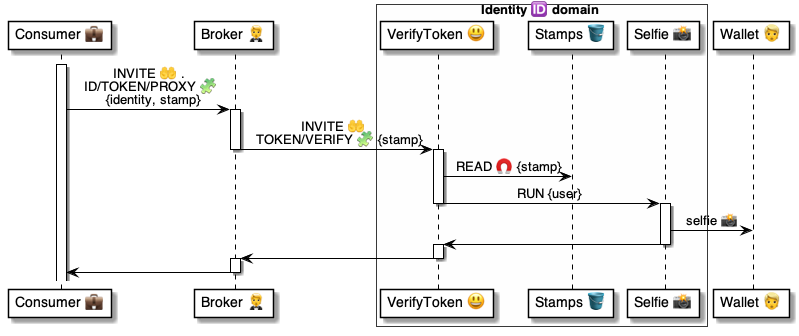
Before: 4 ⚙️ Solution/50 🫥 Agent domains/Identities 🆔/🆔😃 Identity talkers/VerifyToken 🎫 invite/VerifyToken ⚙️ uml.png, a diagram exported from PlantUML (pollyweb-org/pollyweb-docs). Its source is kept beside it as 4 ⚙️ Solution/50 🫥 Agent domains/Identities 🆔/🆔😃 Identity talkers/VerifyToken 🎫 invite/VerifyToken ⚙️ uml.puml.
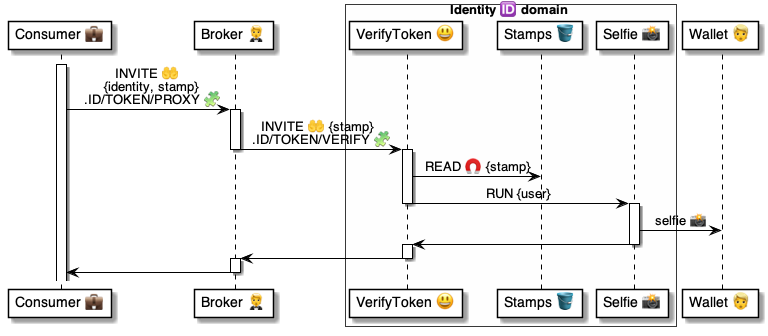
After the change.

The edit, as a diff of the source:
```diff
@@ -11,11 +11,11 @@
 
 
 activate consumer
-consumer -> broker: INVITE 🤲 .\n  ID/TOKEN/PROXY 🧩 \n  {identity, stamp}
+consumer -> broker: INVITE 🤲 \n  {identity, stamp} \n  .ID/TOKEN/PROXY 🧩
 
 
 activate broker
-    broker -> script: INVITE 🤲 \n  TOKEN/VERIFY 🧩 {stamp}
+    broker -> script: INVITE 🤲 {stamp} \n .ID/TOKEN/VERIFY 🧩
 deactivate broker
 
 activate script
```
